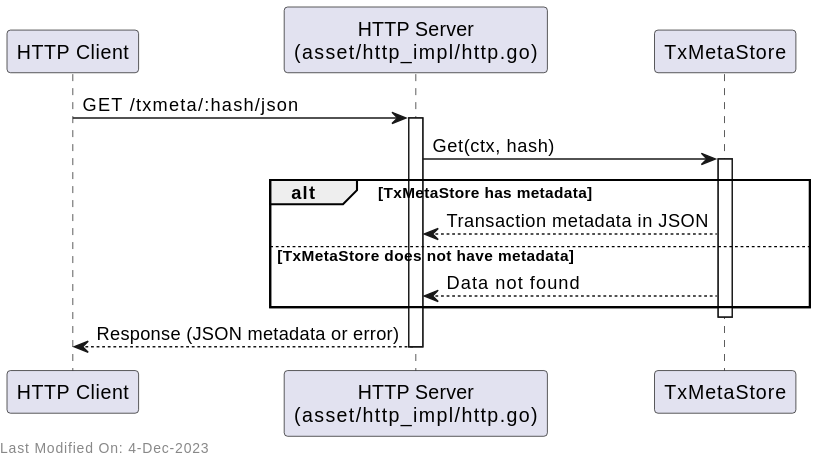
Above: docs/services/img/plantuml/assetserver/asset_server_http_get_transaction_meta.svg in freemans13/teranode (PlantUML), before the change. Its source is kept beside it as docs/services/img/plantuml/assetserver/asset_server_http_get_transaction_meta.puml.
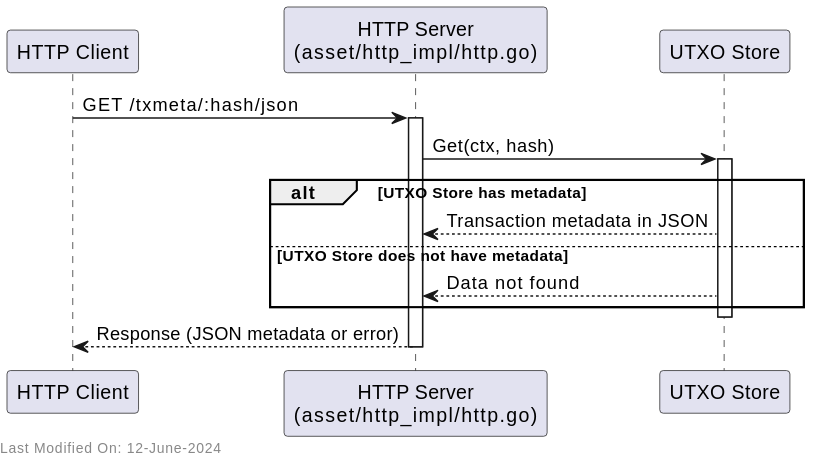
After the change.

What changed in the source:
```diff
@@ -1,23 +1,23 @@
 @startuml
 participant "HTTP Client" as Client
 participant "HTTP Server\n(asset/http_impl/http.go)" as HTTPServer
-participant "TxMetaStore" as MetaStore
+participant "UTXO Store" as UTXOStore
 
 Client -> HTTPServer : GET /txmeta/:hash/json
 activate HTTPServer
 
-HTTPServer -> MetaStore : Get(ctx, hash)
-activate MetaStore
-alt TxMetaStore has metadata
-    MetaStore --> HTTPServer : Transaction metadata in JSON
-else TxMetaStore does not have metadata
-    MetaStore --> HTTPServer : Data not found
+HTTPServer -> UTXOStore : Get(ctx, hash)
+activate UTXOStore
+alt UTXO Store has metadata
+    UTXOStore --> HTTPServer : Transaction metadata in JSON
+else UTXO Store does not have metadata
+    UTXOStore --> HTTPServer : Data not found
 end
-deactivate MetaStore
+deactivate UTXOStore
 
 HTTPServer --> Client : Response (JSON metadata or error)
 deactivate HTTPServer
 
-left footer Last Modified On: 4-Dec-2023
+left footer Last Modified On: 12-June-2024
 
 @enduml
```
